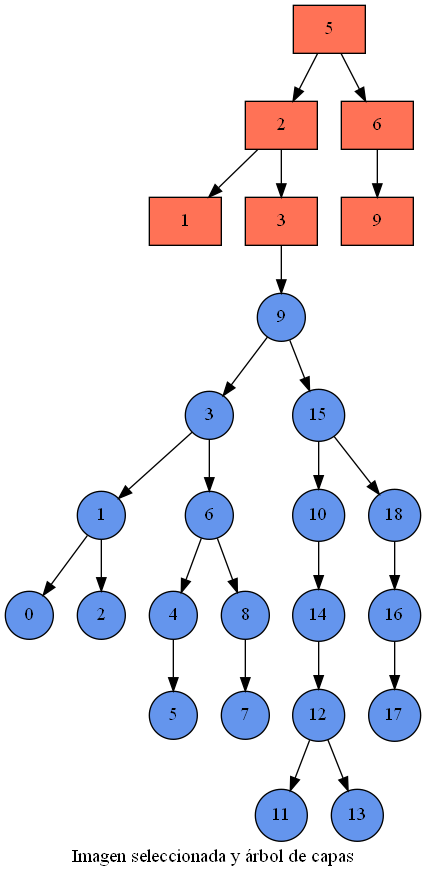
Above: Fase 2/Reportes de Usuario/4999062130101/ImagenyCapas.png in LuisaMariaO/EDD_UDRAWING_FASE_202003381 (Graphviz), before the change. Its source is kept beside it as Fase 2/Reportes de Usuario/4999062130101/ImagenyCapas.dot.
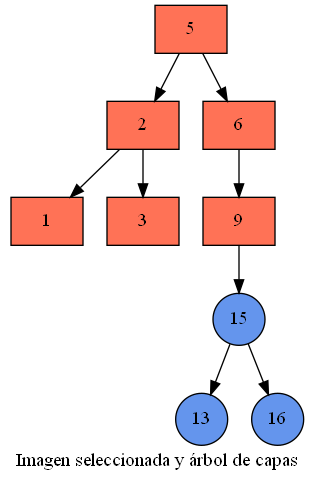
After the change.

Diff of the diagram source:
```diff
@@ -1,52 +1,20 @@
 digraph G {
 node[ style=filled, fillcolor=coral1, shape=box];
-label="Imagen seleccionada y árbol de capas"Nodo694249248[label="5"]
-Nodo994445984[label="2"]
-Nodo508087049[label="1"]
-Nodo1009968072[label="3"]
-Nodo1988575798[label="6"]
-Nodo574939416[label="9"]
-Nodo694249248->Nodo1988575798
-Nodo694249248->Nodo994445984
-Nodo994445984->Nodo1009968072
-Nodo994445984->Nodo508087049
-Nodo1009968072->Nodo1376959492
-Nodo1988575798->Nodo574939416
-Nodo1376959492[label="9" shape=circle fillcolor=cornflowerblue]
-Nodo1913465766[label="3" shape=circle fillcolor=cornflowerblue]
-Nodo1844497837[label="1" shape=circle fillcolor=cornflowerblue]
-Nodo2059550140[label="0" shape=circle fillcolor=cornflowerblue]
-Nodo1636399664[label="2" shape=circle fillcolor=cornflowerblue]
-Nodo717600365[label="6" shape=circle fillcolor=cornflowerblue]
-Nodo373669369[label="4" shape=circle fillcolor=cornflowerblue]
-Nodo1010245115[label="5" shape=circle fillcolor=cornflowerblue]
-Nodo2100533847[label="8" shape=circle fillcolor=cornflowerblue]
-Nodo1467213852[label="7" shape=circle fillcolor=cornflowerblue]
-Nodo1493872620[label="15" shape=circle fillcolor=cornflowerblue]
-Nodo224590037[label="10" shape=circle fillcolor=cornflowerblue]
-Nodo155116615[label="14" shape=circle fillcolor=cornflowerblue]
-Nodo1103482484[label="12" shape=circle fillcolor=cornflowerblue]
-Nodo1949026693[label="11" shape=circle fillcolor=cornflowerblue]
-Nodo1855267026[label="13" shape=circle fillcolor=cornflowerblue]
-Nodo921903495[label="18" shape=circle fillcolor=cornflowerblue]
-Nodo172562331[label="16" shape=circle fillcolor=cornflowerblue]
-Nodo1703993032[label="17" shape=circle fillcolor=cornflowerblue]
-Nodo1376959492->Nodo1493872620
-Nodo1376959492->Nodo1913465766
-Nodo1913465766->Nodo717600365
-Nodo1913465766->Nodo1844497837
-Nodo1844497837->Nodo1636399664
-Nodo1844497837->Nodo2059550140
-Nodo717600365->Nodo2100533847
-Nodo717600365->Nodo373669369
-Nodo373669369->Nodo1010245115
-Nodo2100533847->Nodo1467213852
-Nodo1493872620->Nodo921903495
-Nodo1493872620->Nodo224590037
-Nodo224590037->Nodo155116615
-Nodo155116615->Nodo1103482484
-Nodo1103482484->Nodo1855267026
-Nodo1103482484->Nodo1949026693
-Nodo921903495->Nodo172562331
-Nodo172562331->Nodo1703993032
+label="Imagen seleccionada y árbol de capas"Nodo205143308[label="5"]
+Nodo18829171[label="2"]
+Nodo144524505[label="1"]
+Nodo1435681082[label="3"]
+Nodo1970396512[label="6"]
+Nodo1033435757[label="9"]
+Nodo205143308->Nodo1970396512
+Nodo205143308->Nodo18829171
+Nodo18829171->Nodo1435681082
+Nodo18829171->Nodo144524505
+Nodo1970396512->Nodo1033435757
+Nodo1033435757->Nodo802943357
+Nodo802943357[label="15" shape=circle fillcolor=cornflowerblue]
+Nodo1255493195[label="13" shape=circle fillcolor=cornflowerblue]
+Nodo1604641010[label="16" shape=circle fillcolor=cornflowerblue]
+Nodo802943357->Nodo1604641010
+Nodo802943357->Nodo1255493195
 }
```
